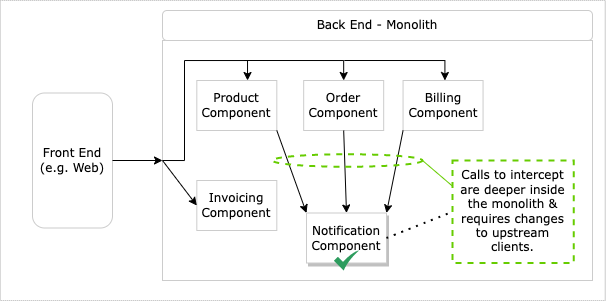
shahzadhuq/modernization-decomposing-monolith keeps this draw.io diagram as diagrams/branch-by-abstraction-tldr.png. Above is the earlier version. Source tidied: cells renumbered, new cells last; positions are measured from the earlier drawing's top-left corner, leaving out a move shared by most shapes. The source it was exported from:
```xml
<mxGraphModel>
  <root>
    <mxCell id="0" />
    <mxCell id="1" parent="0" />
    <mxCell id="2" style="rounded=0;whiteSpace=wrap;html=1;strokeColor=#B3B3B3;fillColor=default;strokeWidth=1;dashed=1;dashPattern=1 1;shadow=0;fontFamily=Verdana;" parent="1" vertex="1">
      <mxGeometry x="-0.2" width="605" height="300" as="geometry" />
    </mxCell>
    <mxCell id="3" style="rounded=0;whiteSpace=wrap;html=1;strokeColor=#CCCCCC;fontFamily=Verdana;" parent="1" vertex="1">
      <mxGeometry x="162" y="40" width="430" height="240" as="geometry" />
    </mxCell>
    <mxCell id="4" value="Front End (e.g. Web)" style="text;html=1;strokeColor=#CCCCCC;fillColor=default;align=center;verticalAlign=middle;whiteSpace=wrap;rounded=1;shadow=0;fontFamily=Verdana;" parent="1" vertex="1">
      <mxGeometry x="32" y="92.5" width="80" height="135" as="geometry" />
    </mxCell>
    <mxCell id="5" value="Back End - Monolith" style="text;html=1;strokeColor=#CCCCCC;fillColor=default;align=center;verticalAlign=middle;whiteSpace=wrap;rounded=1;shadow=0;fontFamily=Verdana;" parent="1" vertex="1">
      <mxGeometry x="162" y="10" width="430" height="30" as="geometry" />
    </mxCell>
    <mxCell id="6" value="Product Component" style="rounded=0;whiteSpace=wrap;html=1;strokeColor=#CCCCCC;fillColor=default;shadow=0;fontFamily=Verdana;" parent="1" vertex="1">
      <mxGeometry x="196.3" y="80" width="80" height="50" as="geometry" />
    </mxCell>
    <mxCell id="7" value="Order Component" style="rounded=0;whiteSpace=wrap;html=1;strokeColor=#CCCCCC;fillColor=default;fontFamily=Verdana;shadow=0;" parent="1" vertex="1">
      <mxGeometry x="303.2" y="80" width="80" height="50" as="geometry" />
    </mxCell>
    <mxCell id="8" value="Billing Component" style="rounded=0;whiteSpace=wrap;html=1;strokeColor=#CCCCCC;fillColor=default;fontFamily=Verdana;shadow=0;" parent="1" vertex="1">
      <mxGeometry x="402.6" y="80" width="80" height="50" as="geometry" />
    </mxCell>
    <mxCell id="9" value="Notification Component" style="rounded=0;whiteSpace=wrap;html=1;strokeColor=#CCCCCC;fillColor=default;fontFamily=Verdana;shadow=1;" parent="1" vertex="1">
      <mxGeometry x="306" y="212.5" width="80" height="50" as="geometry" />
    </mxCell>
    <mxCell id="10" style="endArrow=classic;html=1;rounded=0;exitX=1;exitY=1;exitDx=0;exitDy=0;entryX=0;entryY=0;entryDx=0;entryDy=0;fontFamily=Verdana;" parent="1" edge="1" source="6" target="9">
      <mxGeometry relative="1" as="geometry" />
    </mxCell>
    <mxCell id="11" style="endArrow=classic;html=1;rounded=0;exitX=0.5;exitY=1;exitDx=0;exitDy=0;entryX=0.5;entryY=0;entryDx=0;entryDy=0;fontFamily=Verdana;" parent="1" edge="1" source="7" target="9">
      <mxGeometry relative="1" as="geometry" />
    </mxCell>
    <mxCell id="12" style="endArrow=classic;html=1;rounded=0;exitX=0;exitY=1;exitDx=0;exitDy=0;entryX=1;entryY=0;entryDx=0;entryDy=0;fontFamily=Verdana;" parent="1" edge="1" source="8" target="9">
      <mxGeometry relative="1" as="geometry" />
    </mxCell>
    <mxCell id="13" style="endArrow=classic;html=1;rounded=0;entryX=0;entryY=0.5;entryDx=0;entryDy=0;exitX=1;exitY=0.5;exitDx=0;exitDy=0;fontFamily=Verdana;" parent="1" edge="1" source="4" target="3">
      <mxGeometry relative="1" as="geometry" />
    </mxCell>
    <mxCell id="14" style="endArrow=classic;html=1;rounded=0;exitX=0;exitY=0.5;exitDx=0;exitDy=0;fontFamily=Verdana;edgeStyle=orthogonalEdgeStyle;" parent="1" edge="1" source="3" target="6">
      <mxGeometry relative="1" as="geometry">
        <Array as="points">
          <mxPoint x="184" y="160" />
          <mxPoint x="184" y="60" />
          <mxPoint x="247" y="60" />
        </Array>
      </mxGeometry>
    </mxCell>
    <mxCell id="15" style="endArrow=classic;html=1;rounded=0;entryX=0.5;entryY=0;entryDx=0;entryDy=0;fontFamily=Verdana;edgeStyle=orthogonalEdgeStyle;" parent="1" edge="1" target="7">
      <mxGeometry relative="1" as="geometry">
        <mxPoint x="243.8" y="60" as="sourcePoint" />
      </mxGeometry>
    </mxCell>
    <mxCell id="16" style="endArrow=classic;html=1;rounded=0;entryX=0.5;entryY=0;entryDx=0;entryDy=0;fontFamily=Verdana;edgeStyle=orthogonalEdgeStyle;" parent="1" edge="1">
      <mxGeometry relative="1" as="geometry">
        <mxPoint x="343.8" y="60" as="sourcePoint" />
        <mxPoint x="444.4" y="80" as="targetPoint" />
      </mxGeometry>
    </mxCell>
    <mxCell id="17" value="Invoicing Component" style="rounded=0;whiteSpace=wrap;html=1;strokeColor=#CCCCCC;fillColor=default;shadow=0;fontFamily=Verdana;" parent="1" vertex="1">
      <mxGeometry x="196.3" y="180" width="80" height="50" as="geometry" />
    </mxCell>
    <mxCell id="18" style="endArrow=classic;html=1;rounded=0;fontFamily=Verdana;entryX=0;entryY=0.5;entryDx=0;entryDy=0;exitX=0;exitY=0.5;exitDx=0;exitDy=0;" parent="1" edge="1" source="3" target="17">
      <mxGeometry relative="1" as="geometry" />
    </mxCell>
    <mxCell id="19" style="sketch=0;html=1;strokeColor=none;shadow=0;align=center;verticalAlign=top;fillColor=#2D9C5E;shape=mxgraph.gcp2.check;fontColor=#97D077;" parent="1" vertex="1">
      <mxGeometry x="333.5" y="250" width="25" height="20" as="geometry" />
    </mxCell>
    <mxCell id="20" style="ellipse;whiteSpace=wrap;html=1;shadow=0;fillColor=none;strokeColor=#66CC00;strokeWidth=2;dashed=1;fontFamily=Verdana;" parent="1" vertex="1">
      <mxGeometry x="272" y="153.8" width="150" height="12.5" as="geometry" />
    </mxCell>
    <mxCell id="21" value="Calls to intercept are deeper inside the monolith &amp;amp; requires changes to upstream clients." style="text;html=1;strokeColor=#66CC00;fillColor=none;align=center;verticalAlign=middle;whiteSpace=wrap;rounded=0;shadow=0;dashed=1;fontFamily=Verdana;strokeWidth=2;" parent="1" vertex="1">
      <mxGeometry x="452" y="160" width="121.2" height="102.5" as="geometry" />
    </mxCell>
    <mxCell id="22" style="endArrow=none;html=1;rounded=0;entryX=0;entryY=0.25;entryDx=0;entryDy=0;exitX=1;exitY=0.5;exitDx=0;exitDy=0;strokeColor=#66CC00;fontFamily=Verdana;endFill=0;" parent="1" edge="1" source="20" target="21">
      <mxGeometry relative="1" as="geometry" />
    </mxCell>
    <mxCell id="23" style="endArrow=none;dashed=1;html=1;dashPattern=1 3;strokeWidth=2;rounded=0;fontFamily=Verdana;curved=1;entryX=0;entryY=0.5;entryDx=0;entryDy=0;exitX=1;exitY=0.5;exitDx=0;exitDy=0;" parent="1" edge="1" source="9" target="21">
      <mxGeometry relative="1" as="geometry" />
    </mxCell>
  </root>
</mxGraphModel>
```
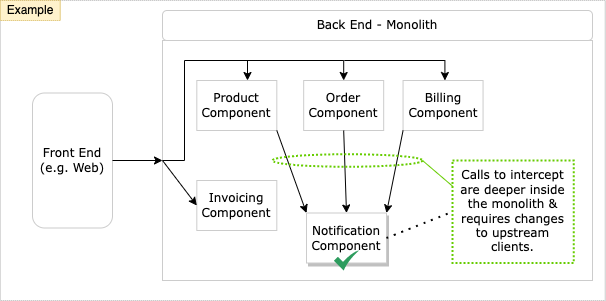
Above is the later version.

Diff of the diagram source:
```diff
@@ -67,10 +67,10 @@
     <mxCell id="19" style="sketch=0;html=1;strokeColor=none;shadow=0;align=center;verticalAlign=top;fillColor=#2D9C5E;shape=mxgraph.gcp2.check;fontColor=#97D077;" parent="1" vertex="1">
       <mxGeometry x="333.5" y="250" width="25" height="20" as="geometry" />
     </mxCell>
-    <mxCell id="20" style="ellipse;whiteSpace=wrap;html=1;shadow=0;fillColor=none;strokeColor=#66CC00;strokeWidth=2;dashed=1;fontFamily=Verdana;" parent="1" vertex="1">
+    <mxCell id="20" style="ellipse;whiteSpace=wrap;html=1;shadow=0;fillColor=none;strokeColor=#66CC00;strokeWidth=2;dashed=1;fontFamily=Verdana;dashPattern=1 1;" parent="1" vertex="1">
       <mxGeometry x="272" y="153.8" width="150" height="12.5" as="geometry" />
     </mxCell>
-    <mxCell id="21" value="Calls to intercept are deeper inside the monolith &amp;amp; requires changes to upstream clients." style="text;html=1;strokeColor=#66CC00;fillColor=none;align=center;verticalAlign=middle;whiteSpace=wrap;rounded=0;shadow=0;dashed=1;fontFamily=Verdana;strokeWidth=2;" parent="1" vertex="1">
+    <mxCell id="21" value="Calls to intercept are deeper inside the monolith &amp;amp; requires changes to upstream clients." style="text;html=1;strokeColor=#66CC00;fillColor=none;align=center;verticalAlign=middle;whiteSpace=wrap;rounded=0;shadow=0;dashed=1;fontFamily=Verdana;strokeWidth=2;dashPattern=1 1;" parent="1" vertex="1">
       <mxGeometry x="452" y="160" width="121.2" height="102.5" as="geometry" />
     </mxCell>
     <mxCell id="22" style="endArrow=none;html=1;rounded=0;entryX=0;entryY=0.25;entryDx=0;entryDy=0;exitX=1;exitY=0.5;exitDx=0;exitDy=0;strokeColor=#66CC00;fontFamily=Verdana;endFill=0;" parent="1" edge="1" source="20" target="21">
@@ -79,5 +79,8 @@
     <mxCell id="23" style="endArrow=none;dashed=1;html=1;dashPattern=1 3;strokeWidth=2;rounded=0;fontFamily=Verdana;curved=1;entryX=0;entryY=0.5;entryDx=0;entryDy=0;exitX=1;exitY=0.5;exitDx=0;exitDy=0;" parent="1" edge="1" source="9" target="21">
       <mxGeometry relative="1" as="geometry" />
     </mxCell>
+    <mxCell id="24" value="Example" style="text;html=1;strokeColor=#d6b656;fillColor=#fff2cc;align=center;verticalAlign=middle;whiteSpace=wrap;rounded=0;dashed=1;dashPattern=1 1;" parent="1" vertex="1">
+      <mxGeometry x="-0.2" width="60" height="20" as="geometry" />
+    </mxCell>
   </root>
 </mxGraphModel>
```
